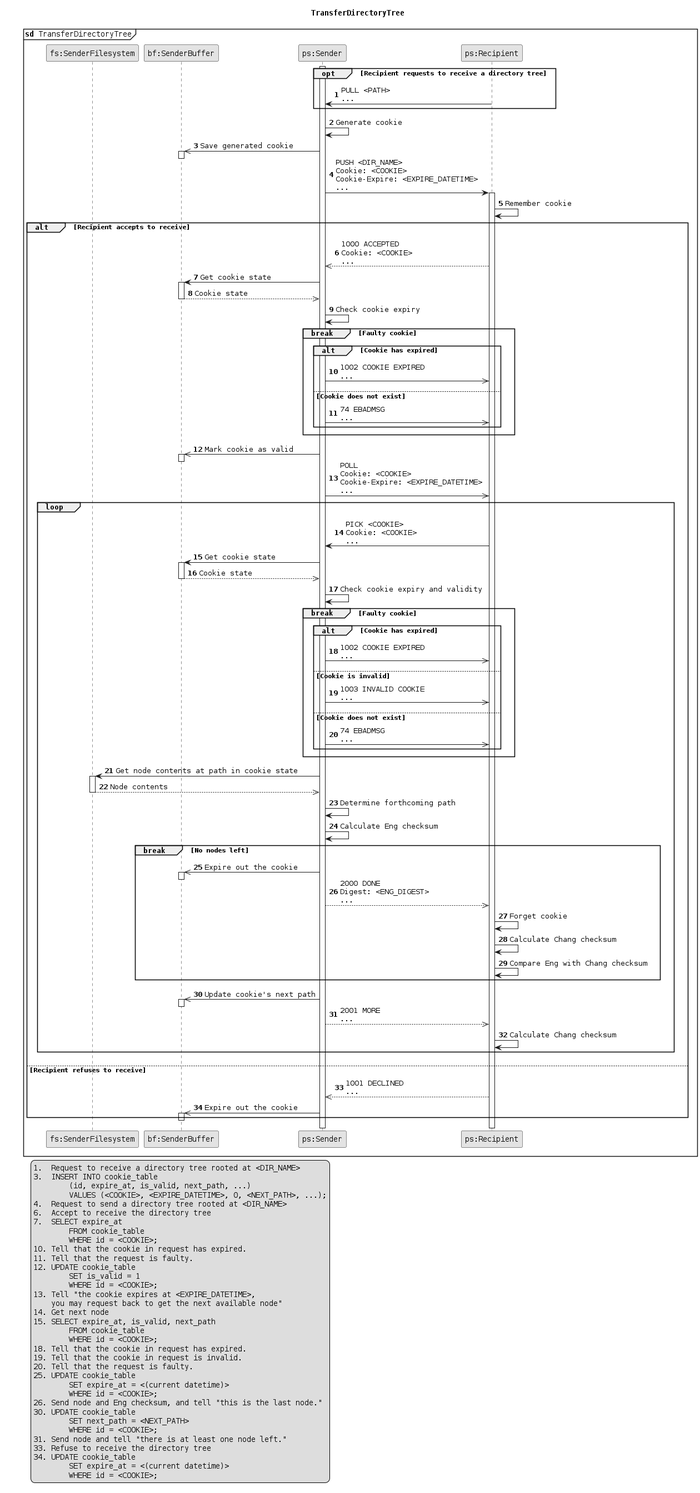
Above: docs/figures/dxp-transfer-directory-tree.png in naiithink/pastree (PlantUML), before the change.
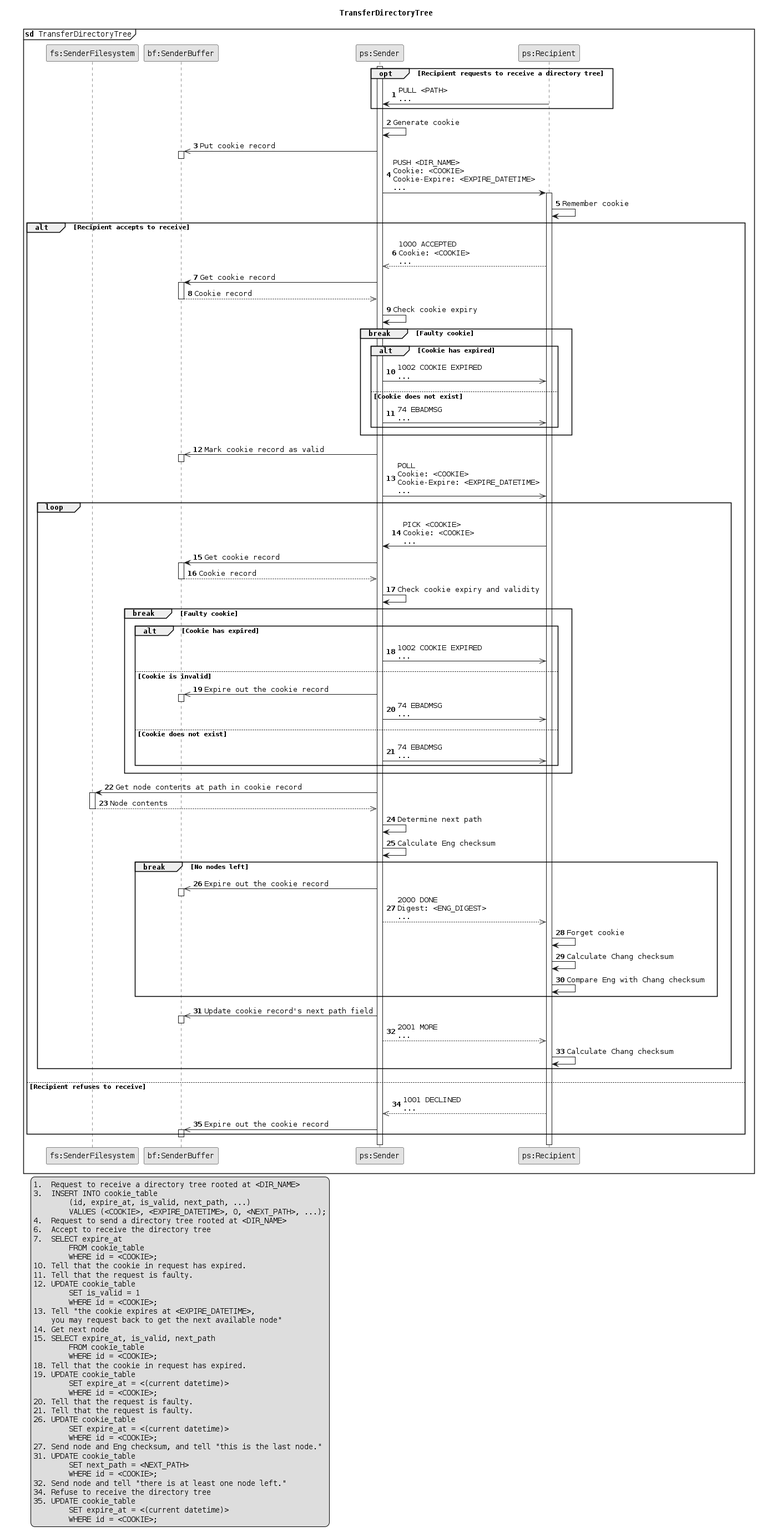
After the commit.

What changed in the source:
```diff
@@ -35,18 +35,21 @@
         FROM cookie_table
         WHERE id = <COOKIE>;
 18. Tell that the cookie in request has expired.
-19. Tell that the cookie in request is invalid.
-20. Tell that the request is faulty.
-25. UPDATE cookie_table
+19. UPDATE cookie_table
         SET expire_at = <(current datetime)>
         WHERE id = <COOKIE>;
-26. Send node and Eng checksum, and tell "this is the last node."
-30. UPDATE cookie_table
+20. Tell that the request is faulty.
+21. Tell that the request is faulty.
+26. UPDATE cookie_table
+        SET expire_at = <(current datetime)>
+        WHERE id = <COOKIE>;
+27. Send node and Eng checksum, and tell "this is the last node."
+31. UPDATE cookie_table
         SET next_path = <NEXT_PATH>
         WHERE id = <COOKIE>;
-31. Send node and tell "there is at least one node left."
-33. Refuse to receive the directory tree
-34. UPDATE cookie_table
+32. Send node and tell "there is at least one node left."
+34. Refuse to receive the directory tree
+35. UPDATE cookie_table
         SET expire_at = <(current datetime)>
         WHERE id = <COOKIE>;
 endlegend
@@ -61,7 +64,7 @@
 
 Sender -> Sender: Generate cookie
 
-Sender ->> SenderBF: Save generated cookie
+Sender ->> SenderBF: Put cookie record
 activate SenderBF
 deactivate SenderBF
 
@@ -75,9 +78,9 @@
 
 Recipient -->> Sender: 1000 ACCEPTED\nCookie: <COOKIE>\n...
 
-Sender -> SenderBF: Get cookie state
+Sender -> SenderBF: Get cookie record
 activate SenderBF
-SenderBF -->> Sender: Cookie state
+SenderBF -->> Sender: Cookie record
 deactivate SenderBF
 
 Sender -> Sender: Check cookie expiry
@@ -96,7 +99,7 @@
 
 end
 
-Sender ->> SenderBF: Mark cookie as valid
+Sender ->> SenderBF: Mark cookie record as valid
 activate SenderBF
 deactivate SenderBF
 
@@ -106,9 +109,9 @@
 
 Recipient -> Sender: PICK <COOKIE>\nCookie: <COOKIE>\n...
 
-Sender -> SenderBF: Get cookie state
+Sender -> SenderBF: Get cookie record
 activate SenderBF
-SenderBF -->> Sender: Cookie state
+SenderBF -->> Sender: Cookie record
 deactivate SenderBF
 
 Sender -> Sender: Check cookie expiry and validity
@@ -121,8 +124,11 @@
 
 else Cookie is invalid
 
+Sender ->> SenderBF: Expire out the cookie record
+activate SenderBF
+deactivate SenderBF
 
-Sender ->> Recipient: 1003 INVALID COOKIE\n...
+Sender ->> Recipient: 74 EBADMSG\n...
 
 else Cookie does not exist
 
@@ -132,17 +138,17 @@
 
 end
 
-Sender -> SenderFS: Get node contents at path in cookie state
+Sender -> SenderFS: Get node contents at path in cookie record
 activate SenderFS
 SenderFS -->> Sender: Node contents
 deactivate SenderFS
 
-Sender -> Sender: Determine forthcoming path
+Sender -> Sender: Determine next path
 Sender -> Sender: Calculate Eng checksum
 
 break No nodes left
 
-Sender ->> SenderBF: Expire out the cookie
+Sender ->> SenderBF: Expire out the cookie record
 activate SenderBF
 deactivate SenderBF
 
@@ -153,7 +159,7 @@
 
 end
 
-Sender ->> SenderBF: Update cookie's next path
+Sender ->> SenderBF: Update cookie record's next path field
 activate SenderBF
 deactivate SenderBF
 
@@ -166,7 +172,7 @@
 
 Recipient -->> Sender: 1001 DECLINED\n...
 
-Sender ->> SenderBF: Expire out the cookie
+Sender ->> SenderBF: Expire out the cookie record
 activate SenderBF
 deactivate SenderBF
 
```
